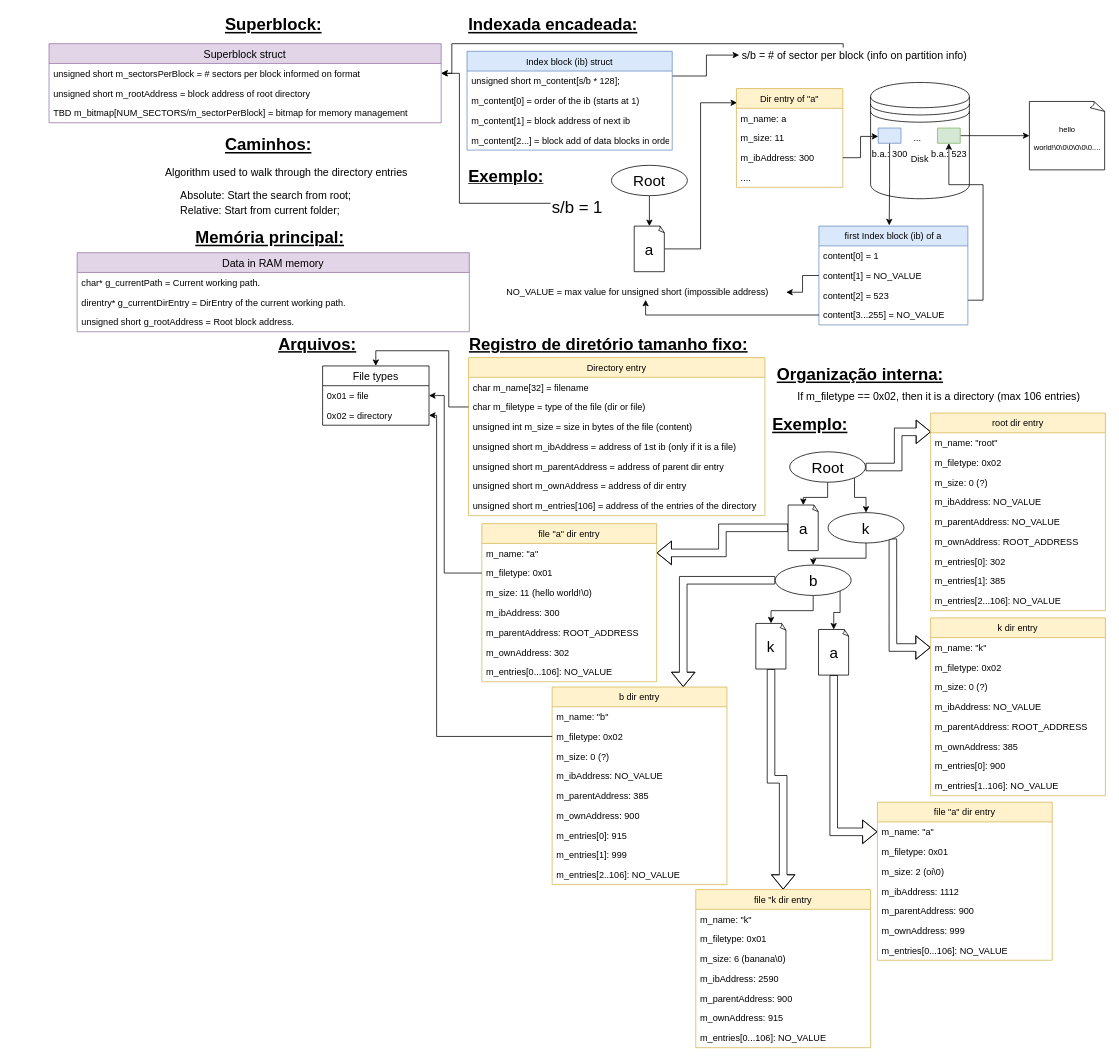
This is diagrama.drawio from azhow/SISOPI-T2FS, a draw.io file, before an edit. Source tidied: cells renumbered, new cells numbered last; positions are measured from the earlier drawing's top-left corner, leaving out a move shared by most shapes. Both pictures are drawn from the tidied source at 76%, with x=0, y=0 at pixel (49, 13).
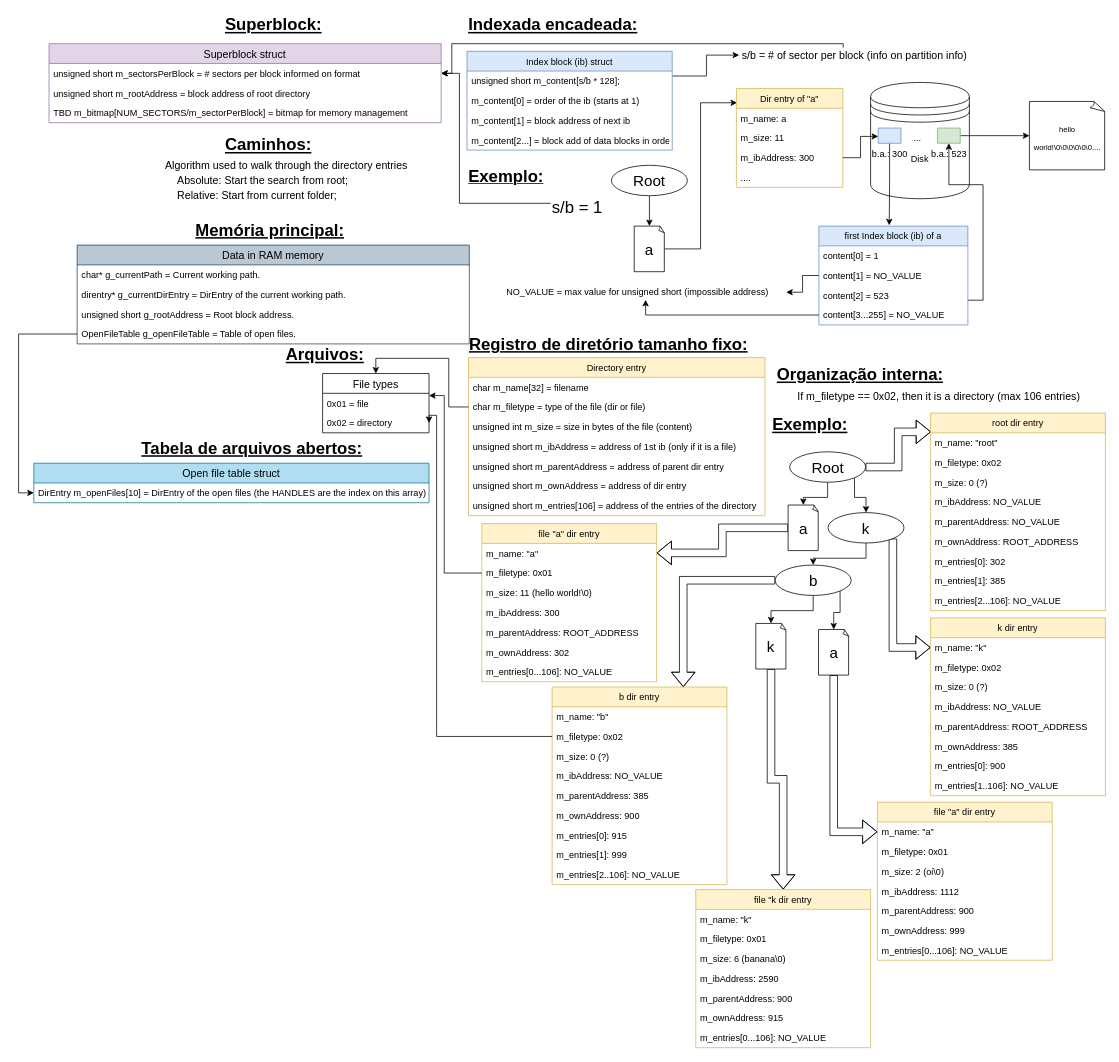
The same diagram, later.

Commit message (it also covers changes not shown here):
added openFileTable to diagram

Change to the diagram source:
```diff
@@
     <mxCell id="122" value="&lt;div style=&quot;font-size: 22px&quot;&gt;&lt;u&gt;&lt;b&gt;&lt;font style=&quot;font-size: 22px&quot;&gt;Arquivos:&lt;/font&gt;&lt;/b&gt;&lt;/u&gt;&lt;/div&gt;" style="text;html=1;align=left;verticalAlign=top;spacingTop=-4;" parent="1" vertex="1">
-      <mxGeometry x="300" y="420" width="120" height="20" as="geometry" />
+      <mxGeometry x="310" y="434" width="120" height="20" as="geometry" />
     </mxCell>
     <mxCell id="123" value="File types" style="swimlane;fontStyle=0;horizontal=1;startSize=26;fillColor=none;rounded=0;shadow=0;glass=0;comic=0;fontSize=14;" parent="1" vertex="1">
-      <mxGeometry x="360" y="464" width="140" height="78" as="geometry" />
+      <mxGeometry x="360" y="474" width="140" height="78" as="geometry" />
     </mxCell>
@@
     <mxCell id="135" value="Algorithm used to walk through the directory entries" style="text;html=1;align=left;verticalAlign=top;spacingTop=-4;fontSize=14;" parent="1" vertex="1">
-      <mxGeometry x="151" y="199" width="330" height="20" as="geometry" />
+      <mxGeometry x="151" y="190" width="330" height="20" as="geometry" />
     </mxCell>
     <mxCell id="136" value="Absolute: Start the search from root;" style="text;html=1;align=left;verticalAlign=top;spacingTop=-4;fontSize=14;" parent="1" vertex="1">
-      <mxGeometry x="171" y="229" width="240" height="20" as="geometry" />
+      <mxGeometry x="167" y="209" width="240" height="20" as="geometry" />
     </mxCell>
     <mxCell id="137" value="Relative: Start from current folder;" style="text;html=1;align=left;verticalAlign=top;spacingTop=-4;fontSize=14;" parent="1" vertex="1">
-      <mxGeometry x="171" y="249" width="230" height="20" as="geometry" />
+      <mxGeometry x="167" y="229" width="230" height="20" as="geometry" />
     </mxCell>
     <mxCell id="138" value="&lt;div style=&quot;font-size: 22px&quot;&gt;&lt;u&gt;&lt;b&gt;&lt;font style=&quot;font-size: 22px&quot;&gt;Memória principal:&lt;/font&gt;&lt;/b&gt;&lt;/u&gt;&lt;/div&gt;" style="text;html=1;align=left;verticalAlign=top;spacingTop=-4;" parent="1" vertex="1">
-      <mxGeometry x="191" y="280" width="210" height="20" as="geometry" />
+      <mxGeometry x="191" y="270" width="210" height="20" as="geometry" />
     </mxCell>
-    <mxCell id="139" value="Data in RAM memory" style="swimlane;fontStyle=0;horizontal=1;startSize=26;fillColor=#e1d5e7;rounded=0;shadow=0;glass=0;comic=0;fontSize=14;strokeColor=#9673a6;" parent="1" vertex="1">
-      <mxGeometry x="37" y="315" width="516" height="104" as="geometry" />
+    <mxCell id="139" value="Data in RAM memory" style="swimlane;fontStyle=0;horizontal=1;startSize=26;fillColor=#bac8d3;rounded=0;shadow=0;glass=0;comic=0;fontSize=14;strokeColor=#23445d;" parent="1" vertex="1">
+      <mxGeometry x="37" y="305" width="516" height="130" as="geometry" />
     </mxCell>
@@
+    <mxCell id="143" value="OpenFileTable g_openFileTable = Table of open files." style="text;strokeColor=none;fillColor=none;align=left;verticalAlign=top;spacingLeft=4;spacingRight=4;overflow=hidden;points=[[0,0.5],[1,0.5]];portConstraint=eastwest;" parent="139" vertex="1">
+      <mxGeometry y="104" width="516" height="26" as="geometry" />
+    </mxCell>
+    <mxCell id="144" value="&lt;div style=&quot;font-size: 22px&quot;&gt;&lt;u&gt;&lt;b&gt;&lt;font style=&quot;font-size: 22px&quot;&gt;Tabela de arquivos abertos:&lt;/font&gt;&lt;/b&gt;&lt;/u&gt;&lt;/div&gt;" style="text;html=1;align=left;verticalAlign=top;spacingTop=-4;" parent="1" vertex="1">
+      <mxGeometry x="120" y="557" width="310" height="20" as="geometry" />
+    </mxCell>
+    <mxCell id="145" value="Open file table struct" style="swimlane;fontStyle=0;horizontal=1;startSize=26;fillColor=#b1ddf0;rounded=0;shadow=0;glass=0;comic=0;fontSize=14;strokeColor=#10739e;" parent="1" vertex="1">
+      <mxGeometry x="-20" y="592" width="520" height="52" as="geometry" />
+    </mxCell>
+    <mxCell id="146" value="DirEntry m_openFiles[10] = DirEntry of the open files (the HANDLES are the index on this array)" style="text;strokeColor=none;fillColor=none;align=left;verticalAlign=top;spacingLeft=4;spacingRight=4;overflow=hidden;points=[[0,0.5],[1,0.5]];portConstraint=eastwest;" parent="145" vertex="1">
+      <mxGeometry y="26" width="520" height="26" as="geometry" />
+    </mxCell>
+    <mxCell id="147" style="edgeStyle=orthogonalEdgeStyle;rounded=0;jettySize=auto;html=1;exitX=0;exitY=0.5;exitDx=0;exitDy=0;entryX=0;entryY=0.5;entryDx=0;entryDy=0;fontSize=14;" parent="1" edge="1" source="143" target="146">
+      <mxGeometry relative="1" as="geometry" />
+    </mxCell>
```
